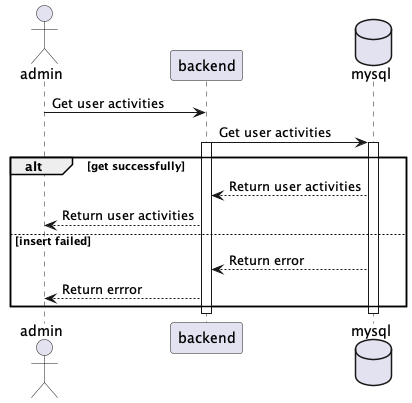
Above: diagram/get_activities.png in ldmtam/ecommerce-demo (PlantUML), before the change. The source it was exported from:
```plantuml
@startuml
actor admin
Participant backend
Database mysql

admin -> backend: Get user activities
backend -> mysql: Get user activities
activate backend
activate mysql
alt get successfully
    mysql --> backend: Return user activities
    backend --> admin: Return user activities
else insert failed
    mysql --> backend: Return error
    backend --> admin: Return errror
end
deactivate mysql
deactivate backend
@enduml
```
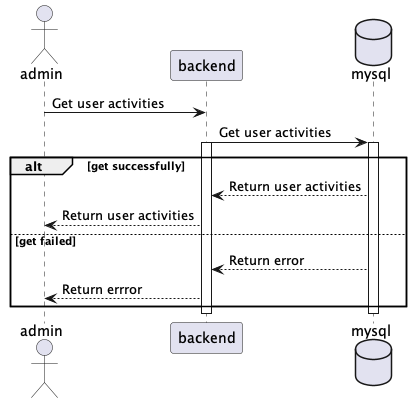
Above is the later version.

Commit message:
update get activities diagram

Diff of the diagram source:
```diff
@@ -10,7 +10,7 @@
 alt get successfully
     mysql --> backend: Return user activities
     backend --> admin: Return user activities
-else insert failed
+else get failed
     mysql --> backend: Return error
     backend --> admin: Return errror
 end
```
